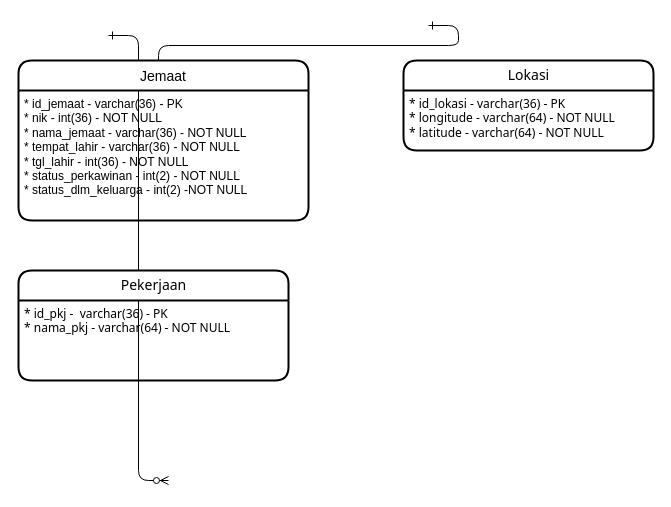
Raymond-15/requirements keeps this draw.io diagram as db_eChurch.drawio. Above is the earlier version. Source tidied: cells renumbered, new cells numbered last; positions are measured from the earlier drawing's top-left corner, leaving out a move shared by most shapes. Both pictures are drawn from the tidied source at 100%, with x=0, y=0 at pixel (18, 25).
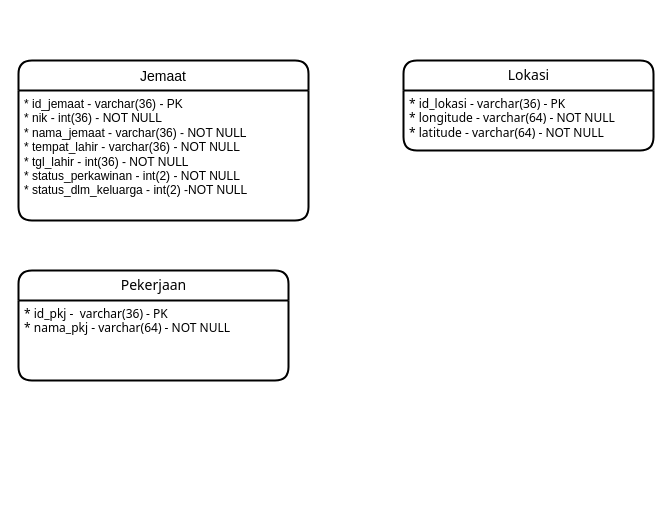
Above is the later version.

Diff of the diagram source:
```diff
@@
 <mxGraphModel>
   <root>
     <mxCell id="0" />
     <mxCell id="1" parent="0" />
-    <mxCell id="2" style="edgeStyle=entityRelationEdgeStyle;endArrow=ERzeroToMany;startArrow=ERone;endFill=1;startFill=0;" parent="1" edge="1">
-      <mxGeometry relative="1" as="geometry">
-        <mxPoint x="90" y="10" as="sourcePoint" />
-        <mxPoint x="150" y="455" as="targetPoint" />
-      </mxGeometry>
-    </mxCell>
-    <mxCell id="3" style="edgeStyle=entityRelationEdgeStyle;endArrow=ERzeroToMany;startArrow=ERone;endFill=1;startFill=0;" parent="1" edge="1">
-      <mxGeometry relative="1" as="geometry">
-        <mxPoint x="410" as="sourcePoint" />
-        <mxPoint x="170" y="40" as="targetPoint" />
-      </mxGeometry>
-    </mxCell>
     <mxCell id="4" value="Jemaat" style="swimlane;horizontal=1;startSize=30;rounded=1;fontSize=14;fontStyle=0;strokeWidth=2;shadow=0;dashed=0;align=center;" parent="1" vertex="1">
       <mxGeometry y="35" width="290" height="160" as="geometry" />
     </mxCell>
     <mxCell id="5" value="* id_jemaat - varchar(36) - PK&lt;br&gt;* nik - int(36) - NOT NULL&lt;br&gt;* nama_jemaat - varchar(36) - NOT NULL&lt;br&gt;* tempat_lahir - varchar(36) - NOT NULL&lt;br&gt;* tgl_lahir - int(36) - NOT NULL&lt;br&gt;* status_perkawinan - int(2) - NOT NULL&lt;br&gt;* status_dlm_keluarga - int(2) -NOT NULL" style="align=left;strokeColor=none;fillColor=none;spacingLeft=4;fontSize=12;verticalAlign=top;labelBorderColor=none;spacingTop=0;spacing=2;spacingRight=0;labelBackgroundColor=none;html=1;" parent="4" vertex="1">
       <mxGeometry y="30" width="290" height="130" as="geometry" />
     </mxCell>
     <mxCell id="6" value="Lokasi" style="swimlane;horizontal=1;startSize=30;rounded=1;fontSize=14;fontStyle=0;strokeWidth=2;shadow=0;dashed=0;align=center;labelBackgroundColor=none;labelBorderColor=none;sketch=0;fontFamily=Tahoma;html=1;" parent="1" vertex="1">
       <mxGeometry x="385" y="35" width="250" height="90" as="geometry" />
     </mxCell>
     <mxCell id="7" value="* id_lokasi - varchar(36) - PK&lt;br&gt;* longitude - varchar(64) - NOT NULL&lt;br&gt;* latitude - varchar(64) - NOT NULL" style="align=left;strokeColor=none;fillColor=none;spacingLeft=4;fontSize=12;verticalAlign=top;labelBackgroundColor=none;labelBorderColor=none;sketch=1;fontFamily=Tahoma;html=1;" parent="6" vertex="1">
       <mxGeometry y="30" width="250" height="60" as="geometry" />
     </mxCell>
     <mxCell id="8" value="Pekerjaan" style="swimlane;horizontal=1;startSize=30;rounded=1;fontSize=14;fontStyle=0;strokeWidth=2;shadow=0;dashed=0;align=center;labelBackgroundColor=none;labelBorderColor=none;sketch=0;fontFamily=Tahoma;html=1;" parent="1" vertex="1">
       <mxGeometry y="245" width="270" height="110" as="geometry" />
     </mxCell>
     <mxCell id="9" value="* id_pkj -&amp;nbsp; varchar(36) - PK&lt;br&gt;* nama_pkj - varchar(64) - NOT NULL&lt;br&gt;" style="align=left;strokeColor=none;fillColor=none;spacingLeft=4;fontSize=12;verticalAlign=top;shadow=0;labelBackgroundColor=none;labelBorderColor=none;sketch=0;fontFamily=Tahoma;html=1;" parent="8" vertex="1">
       <mxGeometry y="30" width="270" height="80" as="geometry" />
     </mxCell>
   </root>
 </mxGraphModel>
```
